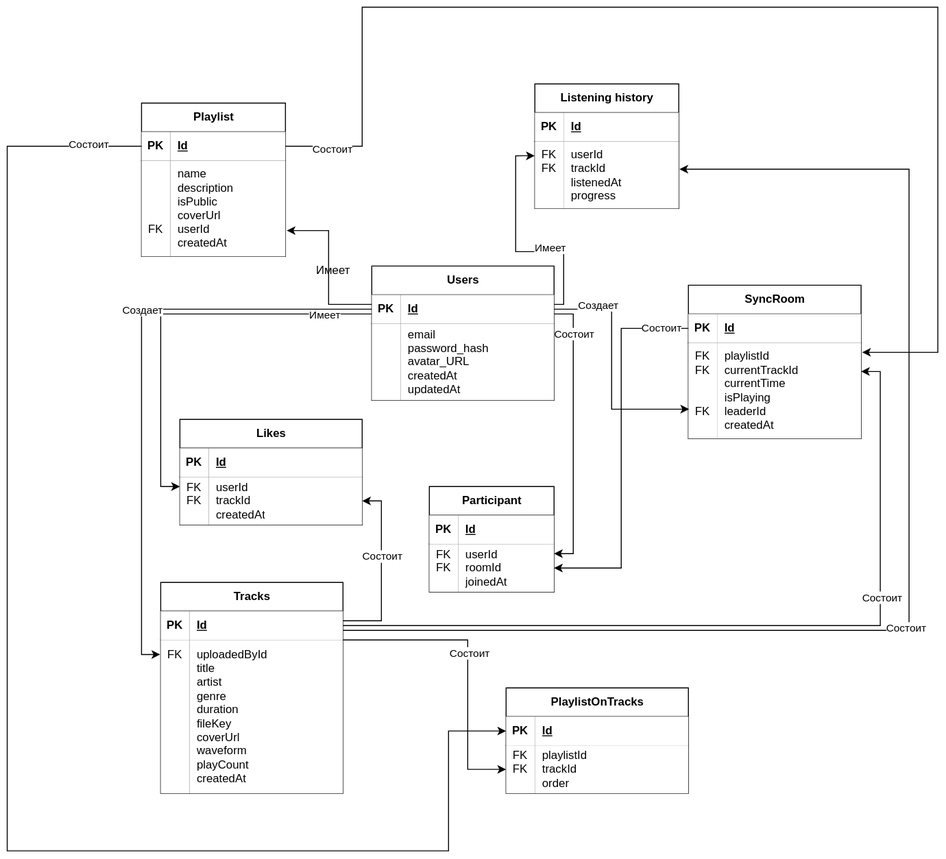
Before: ER-диаграмма.drawio.svg, a diagram exported from draw.io (Sike999/Final-project). Source tidied: cells renumbered, new cells last; positions are measured from the earlier drawing's top-left corner, leaving out a move shared by most shapes.
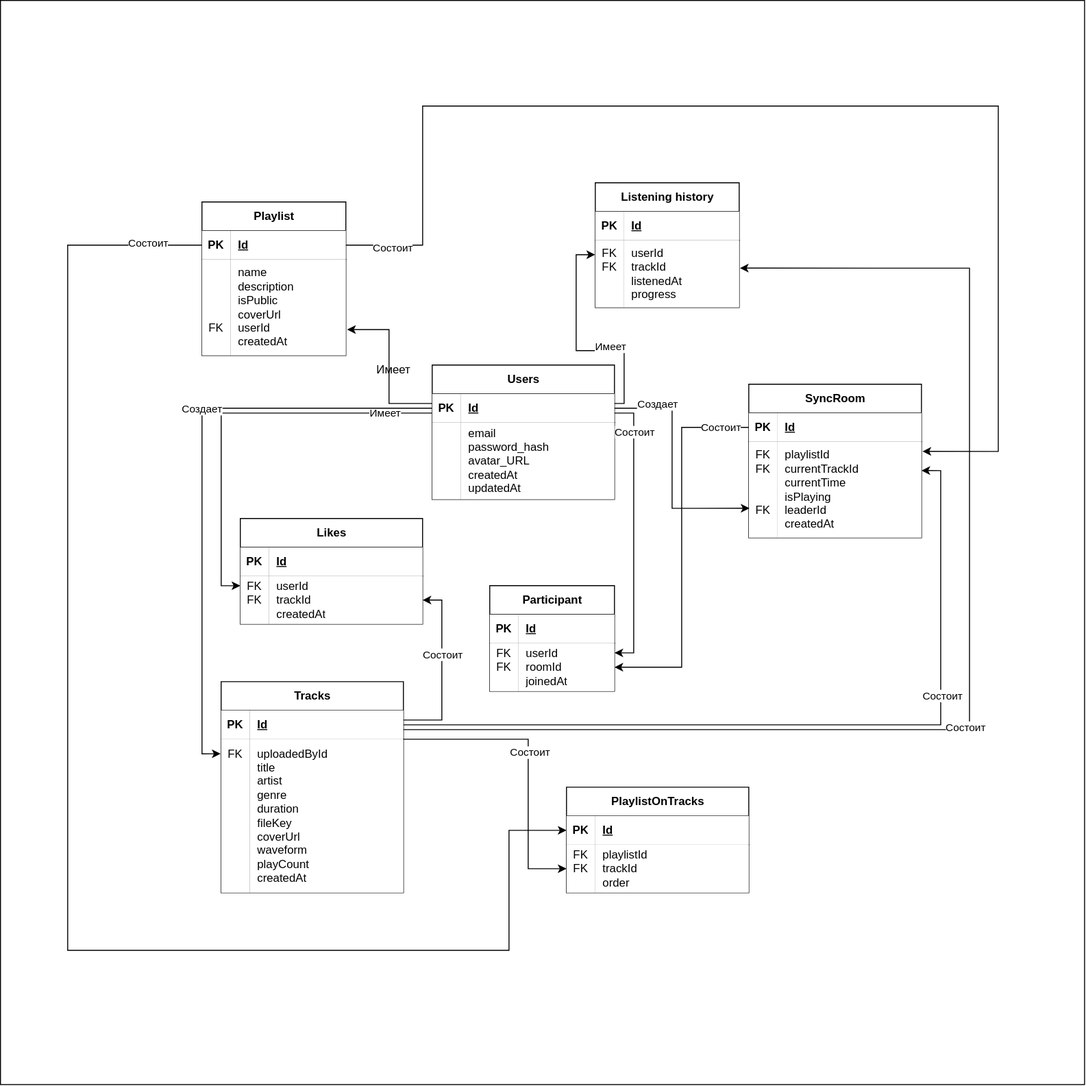
The same diagram one commit later.

Commit message:
Починил отображение схемы

The edit, as a diff of the source:
```diff
@@ -1,7 +1,10 @@
-<mxGraphModel>
+<mxGraphModel background="#ffffff">
   <root>
     <mxCell id="0" />
     <mxCell id="1" parent="0" />
+    <mxCell id="85" style="whiteSpace=wrap;html=1;" parent="1" vertex="1">
+      <mxGeometry x="-70" y="-110" width="1130" height="1130" as="geometry" />
+    </mxCell>
     <mxCell id="2" value="Users" style="shape=table;startSize=30;rowLines=0;fontStyle=1;align=center;html=1;" parent="1" vertex="1">
       <mxGeometry x="380" y="270" width="190" height="140" as="geometry" />
     </mxCell>
```
